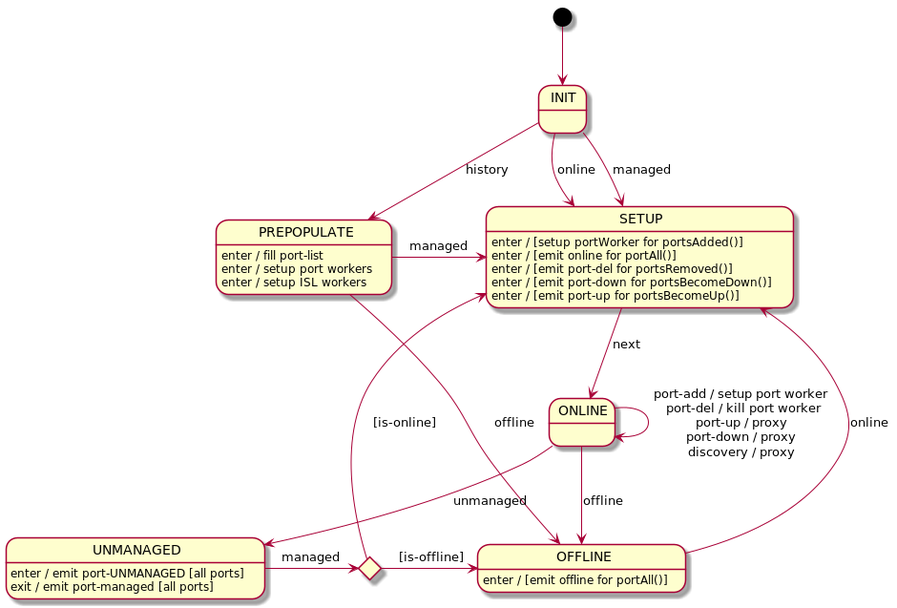
jangwonpark74/open-kilda keeps this PlantUML diagram as docs/design/network-discovery/switch-FSM.png. Above is the earlier version.
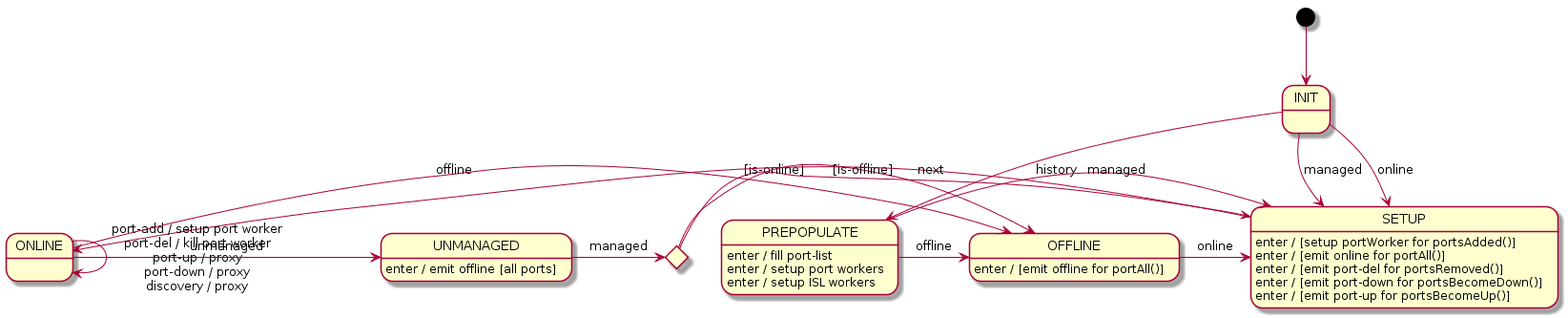
The same diagram one commit later.

What changed in the source:
```diff
@@ -30,7 +30,6 @@
 OFFLINE : enter / [emit offline for portAll()]
 OFFLINE --> SETUP : online
 
-UNMANAGED : enter / emit port-UNMANAGED [all ports]
-UNMANAGED : exit / emit port-managed [all ports]
+UNMANAGED : enter / emit offline [all ports]
 UNMANAGED -> switchSync : managed
 @enduml
```
